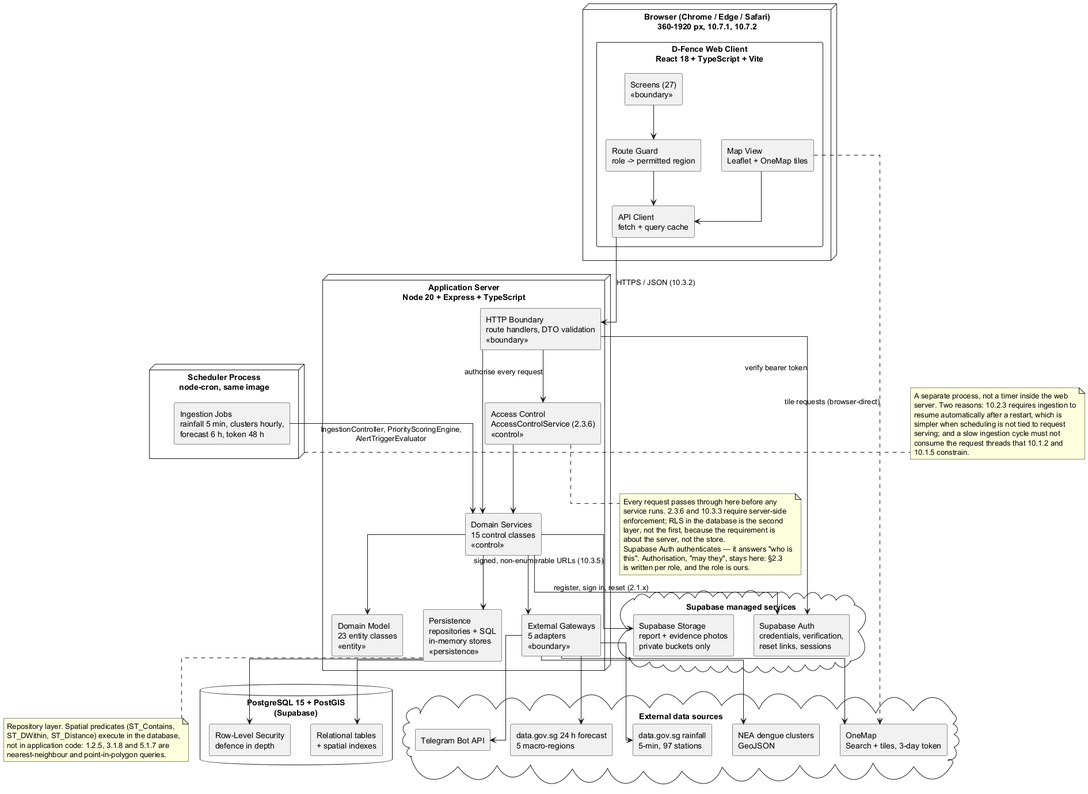
This is lab3/D-Fence-Architecture.png from whyk47/D-Fence, a PlantUML export, as it was before one commit.
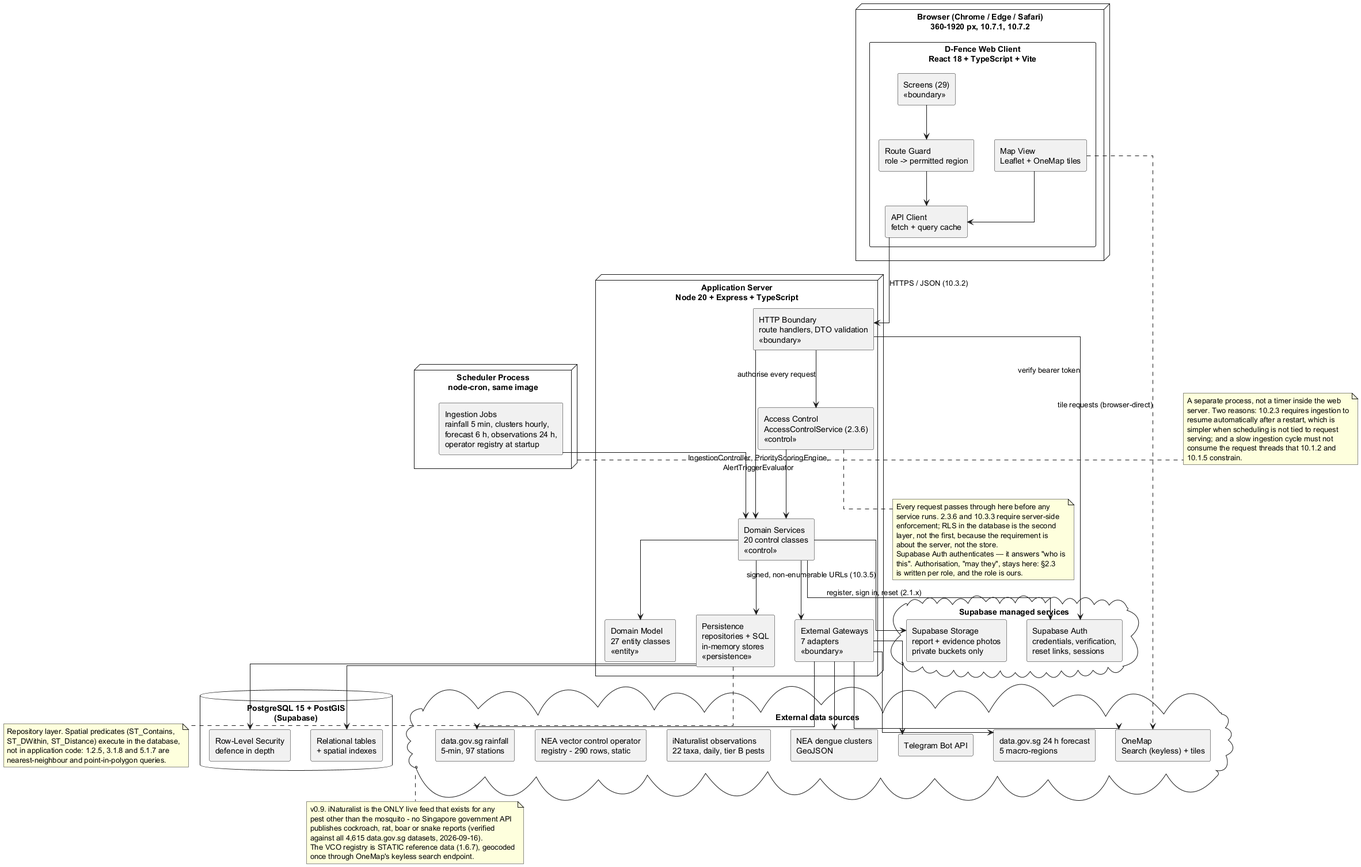
After the commit.

Diff of the diagram source:
```diff
@@ -6,7 +6,7 @@
 
 node "Browser (Chrome / Edge / Safari)\n360-1920 px, 10.7.1, 10.7.2" as Browser {
   component "D-Fence Web Client\nReact 18 + TypeScript + Vite" as Client {
-    component "Screens (27)\n<<boundary>>" as Screens
+    component "Screens (29)\n<<boundary>>" as Screens
     component "Route Guard\nrole -> permitted region" as Guard
     component "API Client\nfetch + query cache" as ApiClient
     component "Map View\nLeaflet + OneMap tiles" as MapView
@@ -16,14 +16,14 @@
 node "Application Server\nNode 20 + Express + TypeScript" as AppServer {
   component "HTTP Boundary\nroute handlers, DTO validation\n<<boundary>>" as Routes
   component "Access Control\nAccessControlService (2.3.6)\n<<control>>" as AC
-  component "Domain Services\n15 control classes\n<<control>>" as Services
-  component "Domain Model\n23 entity classes\n<<entity>>" as Domain
+  component "Domain Services\n20 control classes\n<<control>>" as Services
+  component "Domain Model\n27 entity classes\n<<entity>>" as Domain
   component "Persistence\nrepositories + SQL\nin-memory stores\n<<persistence>>" as Persistence
-  component "External Gateways\n5 adapters\n<<boundary>>" as Gateways
+  component "External Gateways\n7 adapters\n<<boundary>>" as Gateways
 }
 
 node "Scheduler Process\nnode-cron, same image" as Scheduler {
-  component "Ingestion Jobs\nrainfall 5 min, clusters hourly,\nforecast 6 h, token 48 h" as Jobs
+  component "Ingestion Jobs\nrainfall 5 min, clusters hourly,\nforecast 6 h, observations 24 h,\noperator registry at startup" as Jobs
 }
 
 database "PostgreSQL 15 + PostGIS\n(Supabase)" as DB {
@@ -40,7 +40,9 @@
   component "NEA dengue clusters\nGeoJSON" as NEA
   component "data.gov.sg rainfall\n5-min, 97 stations" as Rain
   component "data.gov.sg 24 h forecast\n5 macro-regions" as Forecast
-  component "OneMap\nSearch + tiles, 3-day token" as OneMap
+  component "OneMap\nSearch (keyless) + tiles" as OneMap
+  component "iNaturalist observations\n22 taxa, daily, tier B pests" as INat
+  component "NEA vector control operator\nregistry - 290 rows, static" as VCO
   component "Telegram Bot API" as Telegram
 }
 
@@ -97,4 +99,14 @@
   nearest-neighbour and point-in-polygon queries.
 end note
 
+
+note bottom of External
+  v0.9. iNaturalist is the ONLY live feed that exists for any
+  pest other than the mosquito - no Singapore government API
+  publishes cockroach, rat, boar or snake reports (verified
+  against all 4,615 data.gov.sg datasets, 2026-09-16).
+  The VCO registry is STATIC reference data (1.6.7), geocoded
+  once through OneMap's keyless search endpoint.
+end note
+
 @enduml
```
